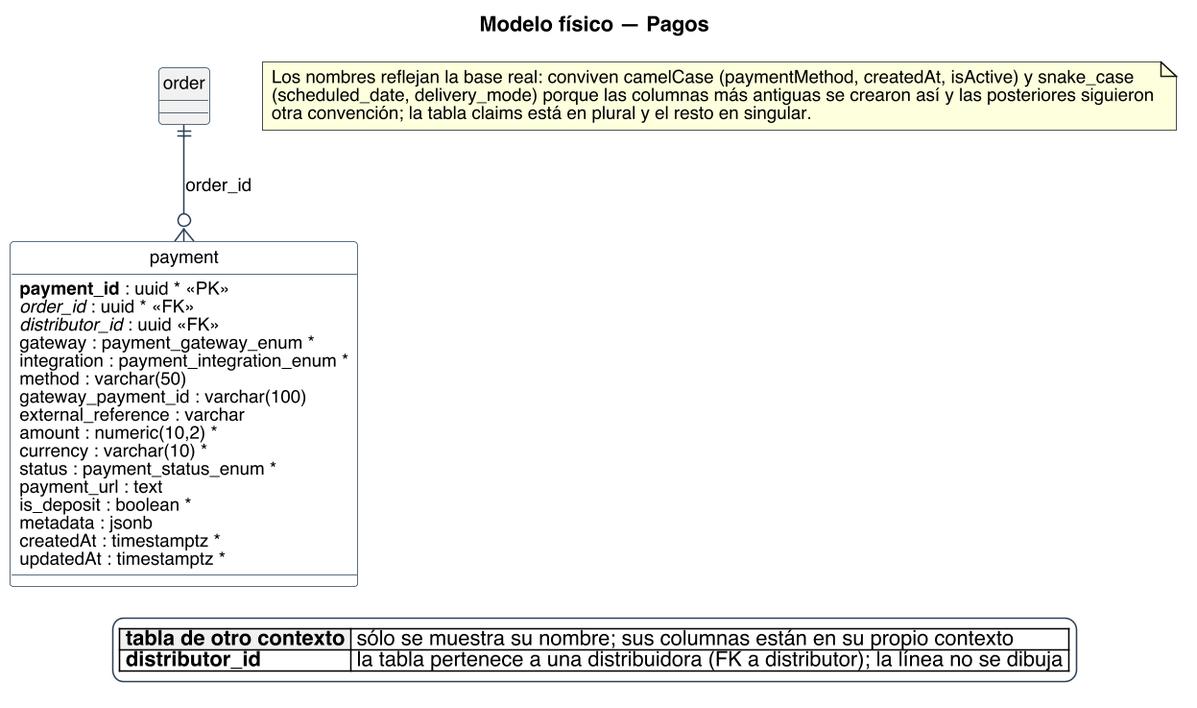
Before: diagramas/base-de-datos/fisico/SPLG-fisico-05-pagos.png, a diagram exported from PlantUML (Nahuelito-Dev/splg-docs).
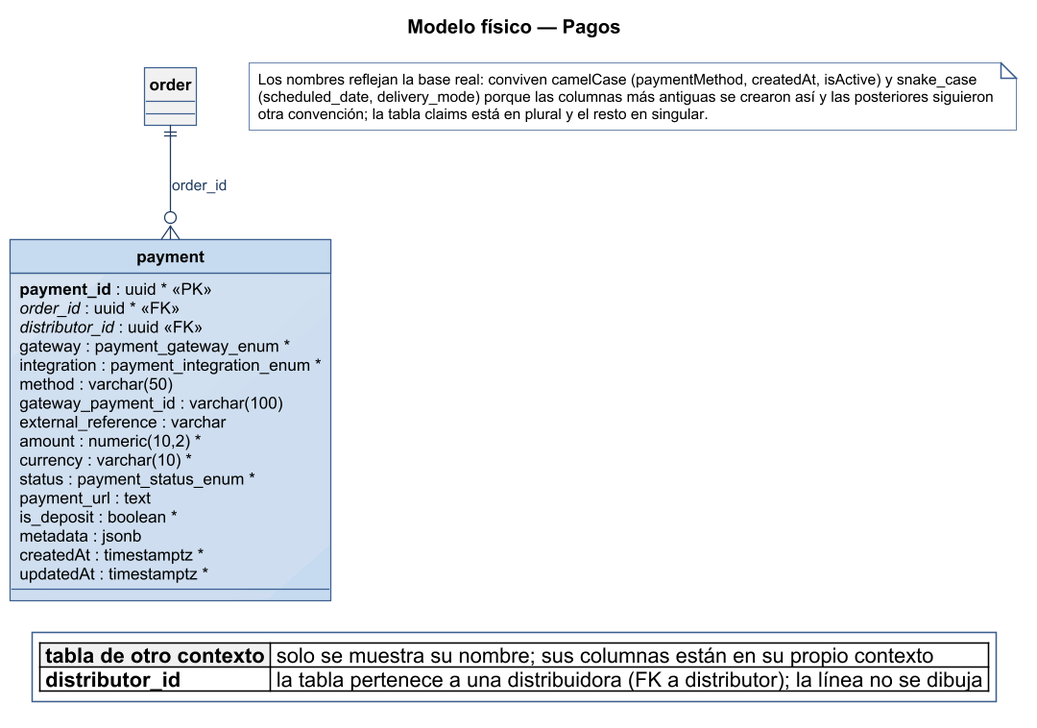
Later version of the same file.

The edit, as a diff of the source:
```diff
@@ -1,16 +1,6 @@
 @startuml
 title Modelo físico — Pagos
-skinparam backgroundColor #FFFFFF
-skinparam shadowing false
-skinparam defaultFontName Helvetica
-skinparam defaultFontSize 12
-skinparam dpi 150
-skinparam class {
-  BorderColor #2C4257
-  BackgroundColor #FFFFFF
-  ArrowColor #2C4257
-  FontSize 12
-}
+!include ../../estilo-vp.iuml
 skinparam entity<<ajena>> {
   BackgroundColor #F1F1F1
   BorderColor #8A97A3
@@ -18,14 +8,12 @@
 }
 skinparam class<<propuesto>> {
   BorderColor #1F5E8C
-  BackgroundColor #E4EDF4
+  BackgroundColor #FFF6D9
 }
 skinparam entity<<propuesto>> {
   BorderColor #1F5E8C
-  BackgroundColor #E4EDF4
+  BackgroundColor #FFF6D9
 }
-skinparam legendBackgroundColor #FFFFFF
-skinparam legendBorderColor #2C4257
 
 hide circle
 skinparam linetype polyline
@@ -54,7 +42,7 @@
 e_order ||--o{ e_payment : order_id
 
 legend bottom
-|<#F1F1F1> **tabla de otro contexto** | sólo se muestra su nombre; sus columnas están en su propio contexto |
+|<#F1F1F1> **tabla de otro contexto** | solo se muestra su nombre; sus columnas están en su propio contexto |
 |<#FFFFFF> **distributor_id** | la tabla pertenece a una distribuidora (FK a distributor); la línea no se dibuja |
 endlegend
 note as N
```
